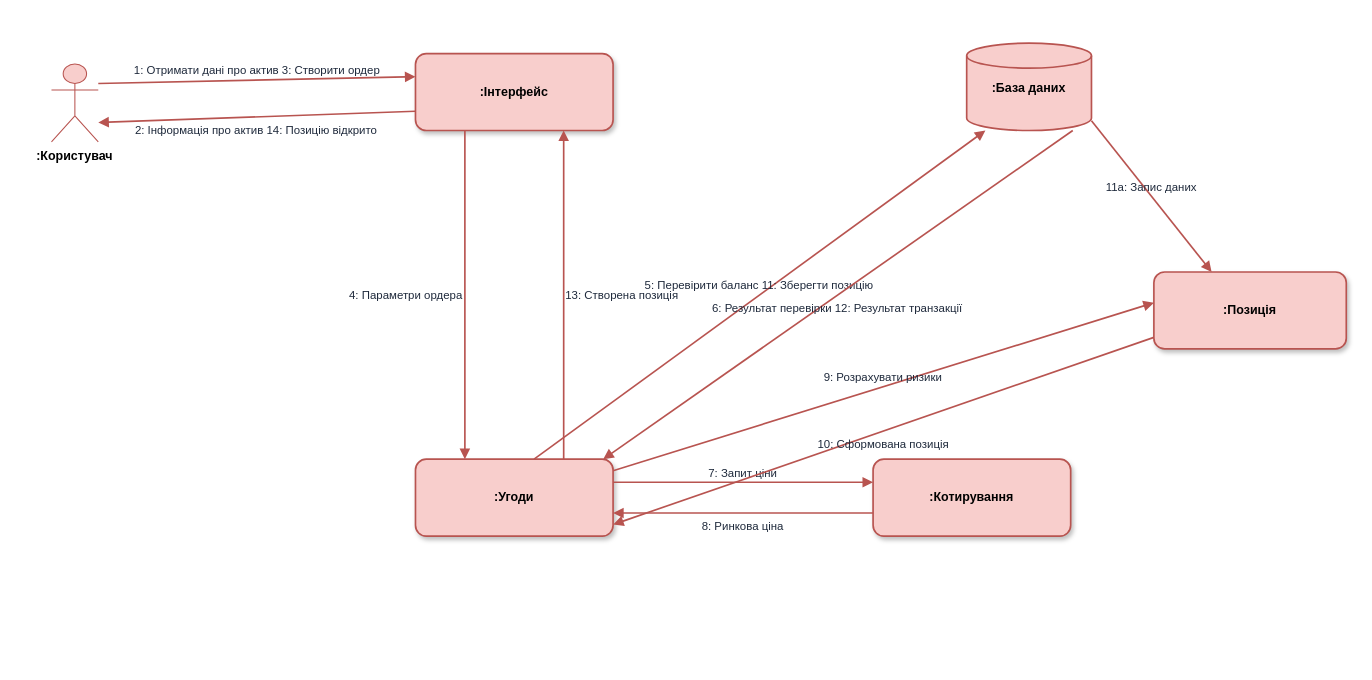
Hast1k/bygigabit keeps this draw.io diagram as page "9 Комунікація ордера" (10 of 10) of ByGigaBit_8_діаграм.drawio. Above is the earlier version. Source tidied: cells renumbered, new cells numbered last; positions are measured from the earlier drawing's top-left corner, leaving out a move shared by most shapes. Both pictures are drawn from the tidied source at 104%, with x=0, y=0 at pixel (51, 43).
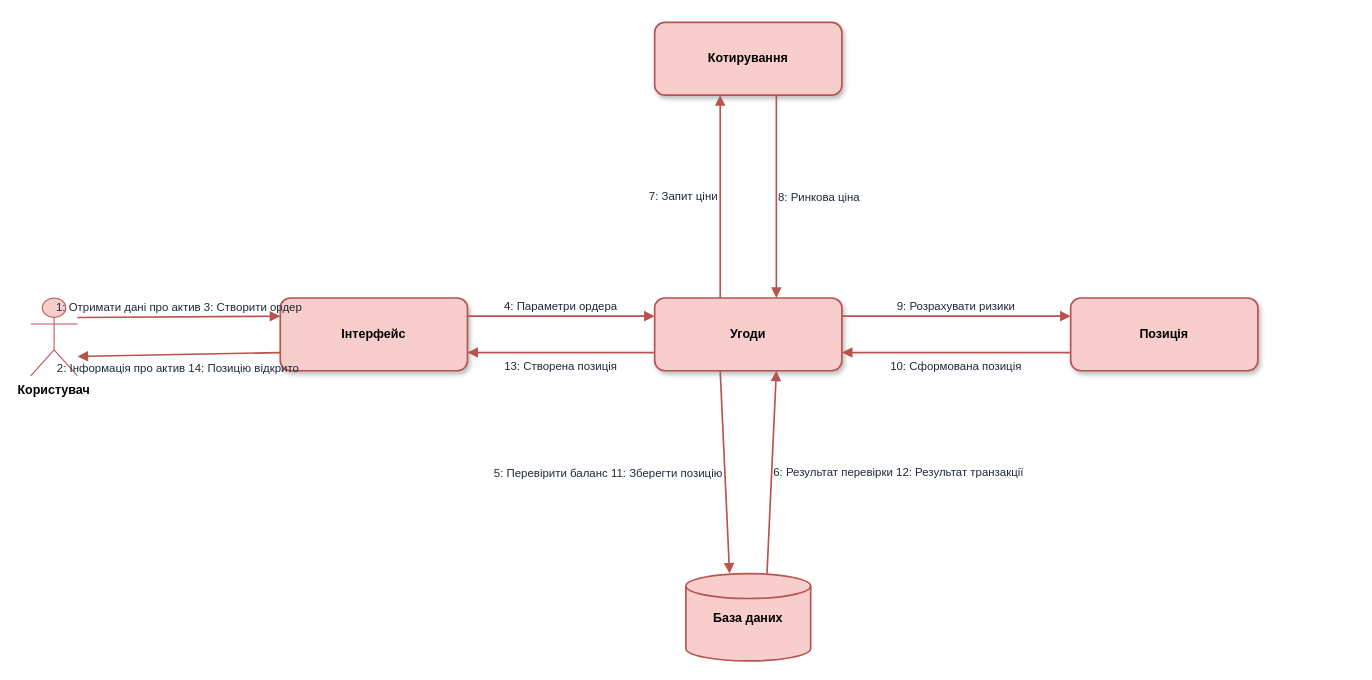
Above is the later version.

Diff of the diagram source:
```diff
@@
 <mxGraphModel background="#ffffff">
   <root>
     <mxCell id="0" />
     <mxCell id="1" parent="0" />
-    <mxCell id="2" value=":Користувач" style="shape=umlActor;verticalLabelPosition=bottom;verticalAlign=top;fillColor=#f8cecc;strokeColor=#b85450;fontStyle=1;" parent="1" vertex="1">
-      <mxGeometry y="20" width="45" height="75" as="geometry" />
+    <mxCell id="2" value="Користувач" style="shape=umlActor;verticalLabelPosition=bottom;verticalAlign=top;fillColor=#f8cecc;strokeColor=#b85450;fontStyle=1;" parent="1" vertex="1">
+      <mxGeometry x="-20" y="245" width="45" height="75" as="geometry" />
     </mxCell>
-    <mxCell id="3" value=":Інтерфейс" style="rounded=1;arcSize=14;whiteSpace=wrap;html=0;fillColor=#f8cecc;strokeColor=#b85450;strokeWidth=1.6;fontStyle=1;fontSize=12;shadow=1;" parent="1" vertex="1">
-      <mxGeometry x="350" y="10" width="190" height="74" as="geometry" />
+    <mxCell id="3" value="Інтерфейс" style="rounded=1;arcSize=14;whiteSpace=wrap;html=0;fillColor=#f8cecc;strokeColor=#b85450;strokeWidth=1.6;fontStyle=1;fontSize=12;shadow=1;" parent="1" vertex="1">
+      <mxGeometry x="220" y="245" width="180" height="70" as="geometry" />
     </mxCell>
-    <mxCell id="4" value=":Угоди" style="rounded=1;arcSize=14;whiteSpace=wrap;html=0;fillColor=#f8cecc;strokeColor=#b85450;strokeWidth=1.6;fontStyle=1;fontSize=12;shadow=1;" parent="1" vertex="1">
-      <mxGeometry x="350" y="400" width="190" height="74" as="geometry" />
+    <mxCell id="4" value="Угоди" style="rounded=1;arcSize=14;whiteSpace=wrap;html=0;fillColor=#f8cecc;strokeColor=#b85450;strokeWidth=1.6;fontStyle=1;fontSize=12;shadow=1;" parent="1" vertex="1">
+      <mxGeometry x="580" y="245" width="180" height="70" as="geometry" />
     </mxCell>
-    <mxCell id="5" value=":База даних" style="shape=cylinder3;size=12;fillColor=#f8cecc;strokeColor=#b85450;strokeWidth=1.6;fontStyle=1;" parent="1" vertex="1">
-      <mxGeometry x="880" width="120" height="84" as="geometry" />
+    <mxCell id="5" value="Позиція" style="rounded=1;arcSize=14;whiteSpace=wrap;html=0;fillColor=#f8cecc;strokeColor=#b85450;strokeWidth=1.6;fontStyle=1;fontSize=12;shadow=1;" parent="1" vertex="1">
+      <mxGeometry x="980" y="245" width="180" height="70" as="geometry" />
     </mxCell>
-    <mxCell id="6" value=":Позиція" style="rounded=1;arcSize=14;whiteSpace=wrap;html=0;fillColor=#f8cecc;strokeColor=#b85450;strokeWidth=1.6;fontStyle=1;fontSize=12;shadow=1;" parent="1" vertex="1">
-      <mxGeometry x="1060" y="220" width="185" height="74" as="geometry" />
+    <mxCell id="6" value="Котирування" style="rounded=1;arcSize=14;whiteSpace=wrap;html=0;fillColor=#f8cecc;strokeColor=#b85450;strokeWidth=1.6;fontStyle=1;fontSize=12;shadow=1;" parent="1" vertex="1">
+      <mxGeometry x="580" y="-20" width="180" height="70" as="geometry" />
     </mxCell>
-    <mxCell id="7" value=":Котирування" style="rounded=1;arcSize=14;whiteSpace=wrap;html=0;fillColor=#f8cecc;strokeColor=#b85450;strokeWidth=1.6;fontStyle=1;fontSize=12;shadow=1;" parent="1" vertex="1">
-      <mxGeometry x="790" y="400" width="190" height="74" as="geometry" />
+    <mxCell id="7" value="База даних" style="shape=cylinder3;size=12;fillColor=#f8cecc;strokeColor=#b85450;strokeWidth=1.6;fontStyle=1;" parent="1" vertex="1">
+      <mxGeometry x="610" y="510" width="120" height="84" as="geometry" />
     </mxCell>
-    <mxCell id="8" value="1: Отримати дані про актив 3: Створити ордер" style="strokeColor=#b85450;strokeWidth=1.6;fontSize=11;endArrow=block;endFill=1;html=0;fontColor=#1e293b;labelBackgroundColor=none;exitX=1;exitY=0.25;entryX=0;entryY=0.3;verticalAlign=bottom;" parent="1" edge="1" source="2" target="3">
+    <mxCell id="8" value="1: Отримати дані про актив 3: Створити ордер" style="strokeColor=#b85450;strokeWidth=1.6;fontSize=11;endArrow=block;endFill=1;html=0;fontColor=#1e293b;labelBackgroundColor=none;exitX=1;exitY=0.25;entryX=0;entryY=0.25;verticalAlign=bottom;" parent="1" edge="1" source="2" target="3">
       <mxGeometry relative="1" as="geometry" />
     </mxCell>
     <mxCell id="9" value="2: Інформація про актив 14: Позицію відкрито" style="strokeColor=#b85450;strokeWidth=1.6;fontSize=11;endArrow=block;endFill=1;html=0;fontColor=#1e293b;labelBackgroundColor=none;exitX=0;exitY=0.75;entryX=1;entryY=0.75;verticalAlign=top;" parent="1" edge="1" source="3" target="2">
       <mxGeometry relative="1" as="geometry" />
     </mxCell>
-    <mxCell id="10" value="4: Параметри ордера" style="strokeColor=#b85450;strokeWidth=1.6;fontSize=11;endArrow=block;endFill=1;html=0;fontColor=#1e293b;labelBackgroundColor=none;exitX=0.25;exitY=1;entryX=0.25;entryY=0;align=right;verticalAlign=middle;" parent="1" edge="1" source="3" target="4">
+    <mxCell id="10" value="4: Параметри ордера" style="strokeColor=#b85450;strokeWidth=1.6;fontSize=11;endArrow=block;endFill=1;html=0;fontColor=#1e293b;labelBackgroundColor=none;exitX=1;exitY=0.25;entryX=0;entryY=0.25;verticalAlign=bottom;" parent="1" edge="1" source="3" target="4">
       <mxGeometry relative="1" as="geometry" />
     </mxCell>
-    <mxCell id="11" value="13: Створена позиція" style="strokeColor=#b85450;strokeWidth=1.6;fontSize=11;endArrow=block;endFill=1;html=0;fontColor=#1e293b;labelBackgroundColor=none;exitX=0.75;exitY=0;entryX=0.75;entryY=1;align=left;verticalAlign=middle;" parent="1" edge="1" source="4" target="3">
+    <mxCell id="11" value="13: Створена позиція" style="strokeColor=#b85450;strokeWidth=1.6;fontSize=11;endArrow=block;endFill=1;html=0;fontColor=#1e293b;labelBackgroundColor=none;exitX=0;exitY=0.75;entryX=1;entryY=0.75;verticalAlign=top;" parent="1" edge="1" source="4" target="3">
       <mxGeometry relative="1" as="geometry" />
     </mxCell>
-    <mxCell id="12" value="5: Перевірити баланс 11: Зберегти позицію" style="strokeColor=#b85450;strokeWidth=1.6;fontSize=11;endArrow=block;endFill=1;html=0;fontColor=#1e293b;labelBackgroundColor=none;exitX=0.6;exitY=0;entryX=0.15;entryY=1;verticalAlign=bottom;" parent="1" edge="1" source="4" target="5">
+    <mxCell id="12" value="7: Запит ціни" style="strokeColor=#b85450;strokeWidth=1.6;fontSize=11;endArrow=block;endFill=1;html=0;fontColor=#1e293b;labelBackgroundColor=none;exitX=0.35;exitY=0;entryX=0.35;entryY=1;align=right;verticalAlign=middle;" parent="1" edge="1" source="4" target="6">
       <mxGeometry relative="1" as="geometry" />
     </mxCell>
-    <mxCell id="13" value="6: Результат перевірки 12: Результат транзакції" style="strokeColor=#b85450;strokeWidth=1.6;fontSize=11;endArrow=block;endFill=1;html=0;fontColor=#1e293b;labelBackgroundColor=none;exitX=0.85;exitY=1;entryX=0.95;entryY=0;verticalAlign=top;" parent="1" edge="1" source="5" target="4">
+    <mxCell id="13" value="8: Ринкова ціна" style="strokeColor=#b85450;strokeWidth=1.6;fontSize=11;endArrow=block;endFill=1;html=0;fontColor=#1e293b;labelBackgroundColor=none;exitX=0.65;exitY=1;entryX=0.65;entryY=0;align=left;verticalAlign=middle;" parent="1" edge="1" source="6" target="4">
       <mxGeometry relative="1" as="geometry" />
     </mxCell>
-    <mxCell id="14" value="7: Запит ціни" style="strokeColor=#b85450;strokeWidth=1.6;fontSize=11;endArrow=block;endFill=1;html=0;fontColor=#1e293b;labelBackgroundColor=none;exitX=1;exitY=0.3;entryX=0;entryY=0.3;verticalAlign=bottom;" parent="1" edge="1" source="4" target="7">
+    <mxCell id="14" value="9: Розрахувати ризики" style="strokeColor=#b85450;strokeWidth=1.6;fontSize=11;endArrow=block;endFill=1;html=0;fontColor=#1e293b;labelBackgroundColor=none;exitX=1;exitY=0.25;entryX=0;entryY=0.25;verticalAlign=bottom;" parent="1" edge="1" source="4" target="5">
       <mxGeometry relative="1" as="geometry" />
     </mxCell>
-    <mxCell id="15" value="8: Ринкова ціна" style="strokeColor=#b85450;strokeWidth=1.6;fontSize=11;endArrow=block;endFill=1;html=0;fontColor=#1e293b;labelBackgroundColor=none;exitX=0;exitY=0.7;entryX=1;entryY=0.7;verticalAlign=top;" parent="1" edge="1" source="7" target="4">
+    <mxCell id="15" value="10: Сформована позиція" style="strokeColor=#b85450;strokeWidth=1.6;fontSize=11;endArrow=block;endFill=1;html=0;fontColor=#1e293b;labelBackgroundColor=none;exitX=0;exitY=0.75;entryX=1;entryY=0.75;verticalAlign=top;" parent="1" edge="1" source="5" target="4">
       <mxGeometry relative="1" as="geometry" />
     </mxCell>
-    <mxCell id="16" value="9: Розрахувати ризики" style="strokeColor=#b85450;strokeWidth=1.6;fontSize=11;endArrow=block;endFill=1;html=0;fontColor=#1e293b;labelBackgroundColor=none;exitX=1;exitY=0.15;entryX=0;entryY=0.4;verticalAlign=bottom;" parent="1" edge="1" source="4" target="6">
+    <mxCell id="16" value="5: Перевірити баланс 11: Зберегти позицію" style="strokeColor=#b85450;strokeWidth=1.6;fontSize=11;endArrow=block;endFill=1;html=0;fontColor=#1e293b;labelBackgroundColor=none;exitX=0.35;exitY=1;entryX=0.35;entryY=0;align=right;verticalAlign=middle;" parent="1" edge="1" source="4" target="7">
       <mxGeometry relative="1" as="geometry" />
     </mxCell>
-    <mxCell id="17" value="10: Сформована позиція" style="strokeColor=#b85450;strokeWidth=1.6;fontSize=11;endArrow=block;endFill=1;html=0;fontColor=#1e293b;labelBackgroundColor=none;exitX=0;entryX=1;exitY=0.85;entryY=0.85;verticalAlign=top;" parent="1" edge="1" source="6" target="4">
+    <mxCell id="17" value="6: Результат перевірки 12: Результат транзакції" style="strokeColor=#b85450;strokeWidth=1.6;fontSize=11;endArrow=block;endFill=1;html=0;fontColor=#1e293b;labelBackgroundColor=none;exitX=0.65;exitY=0;entryX=0.65;entryY=1;align=left;verticalAlign=middle;" parent="1" edge="1" source="7" target="4">
       <mxGeometry relative="1" as="geometry" />
     </mxCell>
-    <mxCell id="18" value="11a: Запис даних" style="strokeColor=#b85450;strokeWidth=1.6;fontSize=11;endArrow=block;endFill=1;html=0;fontColor=#1e293b;labelBackgroundColor=none;exitX=0.95;exitY=0.85;entryX=0.3;entryY=0;verticalAlign=bottom;" parent="1" edge="1" source="5" target="6">
-      <mxGeometry relative="1" as="geometry" />
-    </mxCell>
   </root>
 </mxGraphModel>
```
